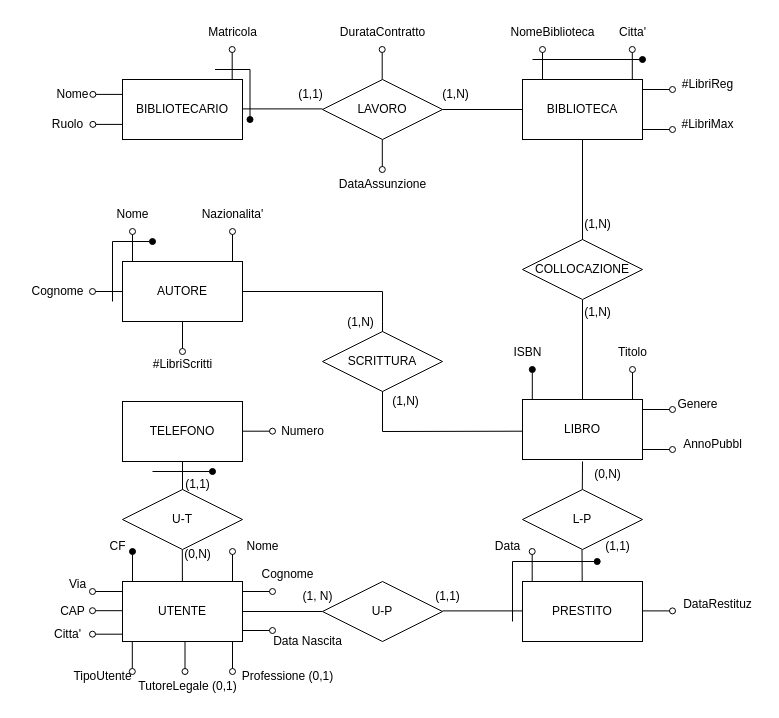
alexbnls/BasiDati keeps this draw.io diagram as Biblioteca Ristrutturata.drawio. Above is the earlier version. Source tidied: cells renumbered, new cells numbered last; positions are measured from the earlier drawing's top-left corner, leaving out a move shared by most shapes. Both pictures are drawn from the tidied source at 100%, with x=0, y=0 at pixel (17, 17).
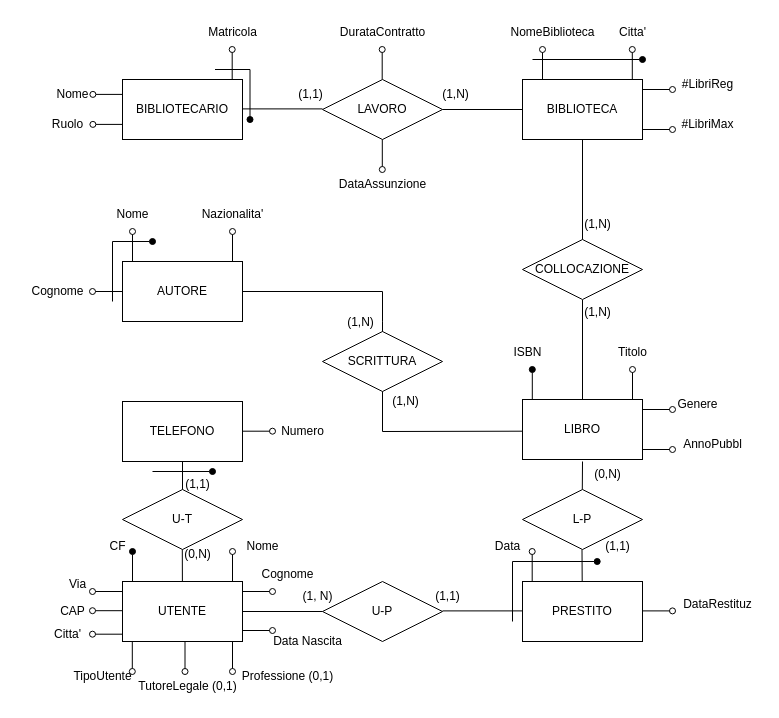
After the change.

The edit, as a diff of the source:
```diff
@@
-    <mxCell id="76" style="endArrow=oval;html=1;rounded=0;endFill=0;" parent="1" edge="1">
-      <mxGeometry relative="1" as="geometry">
-        <mxPoint x="165" y="304" as="sourcePoint" />
-        <mxPoint x="165" y="334" as="targetPoint" />
-      </mxGeometry>
-    </mxCell>
-    <mxCell id="77" value="#LibriScritti" style="text;html=1;align=center;verticalAlign=middle;strokeColor=none;fillColor=none;" parent="1" vertex="1">
-      <mxGeometry x="125" y="332" width="80" height="30" as="geometry" />
-    </mxCell>
```
